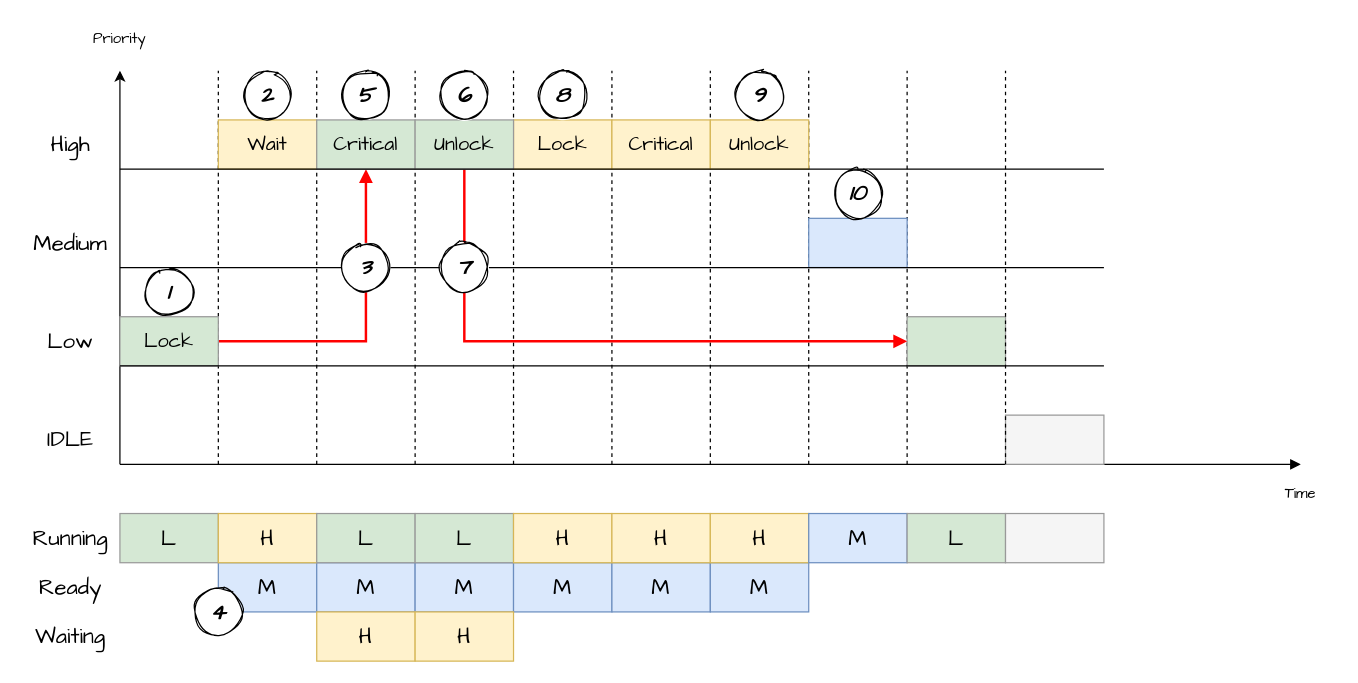
Above: page "Priority-Inheritance" (18 of 20) of assets/OS.drawio in braboj/tutorial-os (draw.io), before the change. Source tidied: cells renumbered, new cells numbered last; positions are measured from the earlier drawing's top-left corner, leaving out a move shared by most shapes. Both pictures are drawn from the tidied source at 123%, with x=0, y=0 at pixel (21, 21).
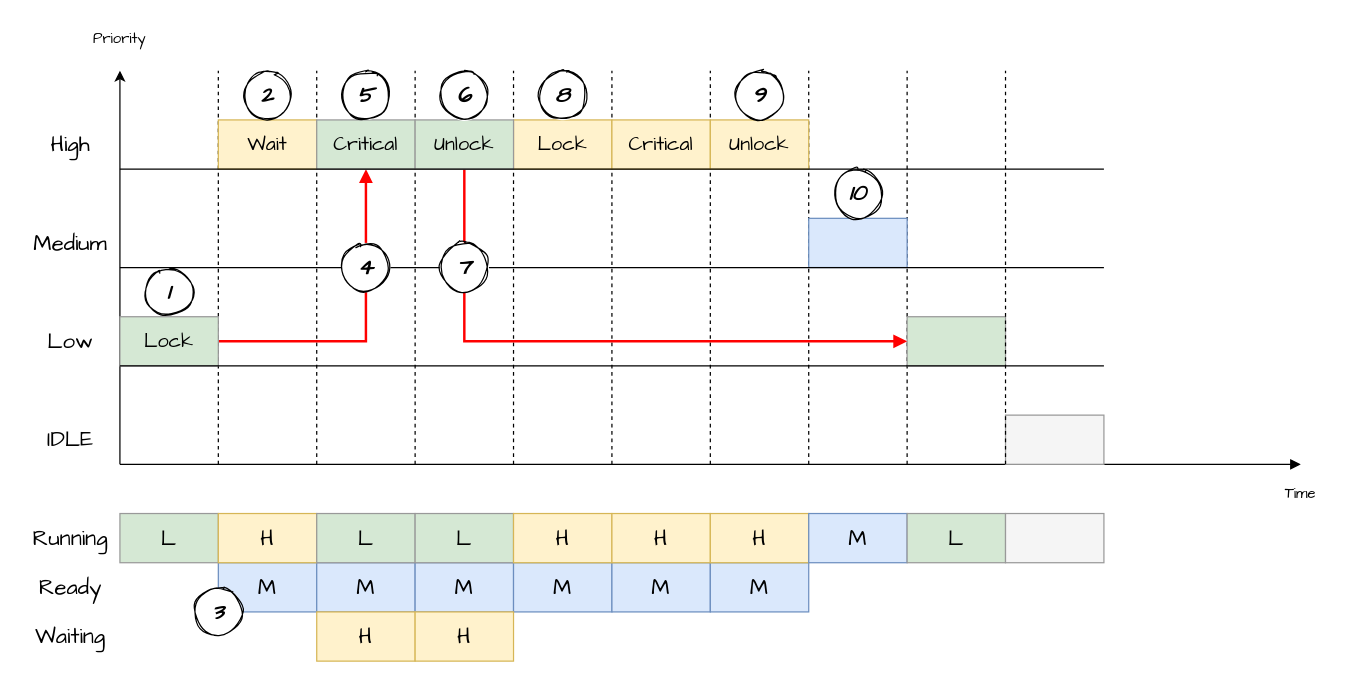
Above is the later version.

Diff of the diagram source:
```diff
@@
-<mxGraphModel background="#ffffff">
+<mxGraphModel background="#FFFFFF">
@@
-    <mxCell id="58" value="4" style="ellipse;whiteSpace=wrap;html=1;shadow=0;sketch=1;fillStyle=solid;fontFamily=Comic Sans MS;fontSize=18;strokeWidth=1;fontStyle=3;" parent="1" vertex="1">
+    <mxCell id="58" value="3" style="ellipse;whiteSpace=wrap;html=1;shadow=0;sketch=1;fillStyle=solid;fontFamily=Comic Sans MS;fontSize=18;strokeWidth=1;fontStyle=3;" parent="1" vertex="1">
       <mxGeometry x="140" y="460" width="40" height="40" as="geometry" />
     </mxCell>
@@
-    <mxCell id="60" value="3" style="ellipse;whiteSpace=wrap;html=1;shadow=0;sketch=1;fillStyle=solid;fontFamily=Comic Sans MS;fontSize=18;strokeWidth=1;fontStyle=3;" parent="1" vertex="1">
+    <mxCell id="60" value="4" style="ellipse;whiteSpace=wrap;html=1;shadow=0;sketch=1;fillStyle=solid;fontFamily=Comic Sans MS;fontSize=18;strokeWidth=1;fontStyle=3;" parent="1" vertex="1">
       <mxGeometry x="260" y="180" width="40" height="40" as="geometry" />
     </mxCell>
```
